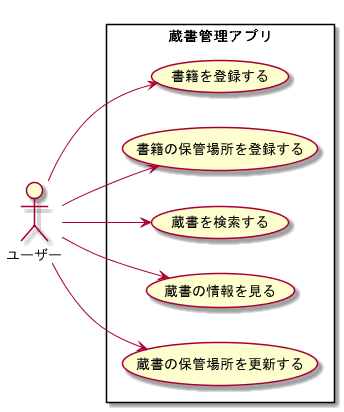
The PlantUML diagram design_materials/out/use_case/use_case.png in shibata-mamoru/book_collection_manager, before a commit. Source of this version:
```plantuml
@startuml

left to right direction
actor ユーザー as user
rectangle 蔵書管理アプリ{
(書籍を登録する) as UC1
(書籍の保管場所を登録する) as UC2
(蔵書を検索する) as UC3
(蔵書の情報を見る) as UC4
(蔵書の保管場所を更新する) as UC5
}

user --> UC1
user --> UC2
user --> UC3
user --> UC4
user --> UC5
@enduml
```
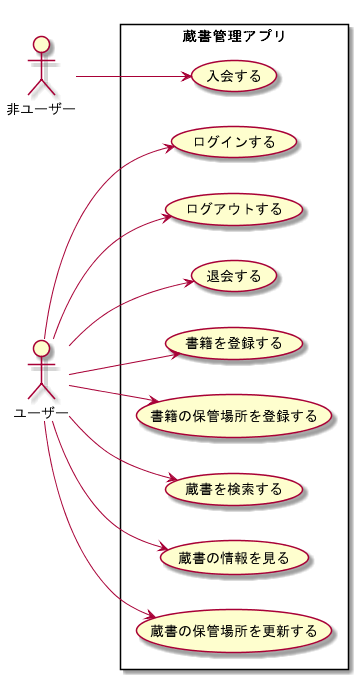
The same diagram one commit later.

Commit message:
ユースケース図の更新とユースケース記述の作成

The edit, as a diff of the source:
```diff
@@ -1,18 +1,27 @@
 @startuml
 
 left to right direction
+actor 非ユーザー as non_user
 actor ユーザー as user
 rectangle 蔵書管理アプリ{
-(書籍を登録する) as UC1
-(書籍の保管場所を登録する) as UC2
-(蔵書を検索する) as UC3
-(蔵書の情報を見る) as UC4
-(蔵書の保管場所を更新する) as UC5
+(入会する) as UC1
+(ログインする) as UC2
+(ログアウトする) as UC3
+(退会する) as UC4
+(書籍を登録する) as UC5
+(書籍の保管場所を登録する) as UC6
+(蔵書を検索する) as UC7
+(蔵書の情報を見る) as UC8
+(蔵書の保管場所を更新する) as UC9
 }
 
-user --> UC1
+non_user --> UC1
 user --> UC2
 user --> UC3
 user --> UC4
 user --> UC5
+user --> UC6
+user --> UC7
+user --> UC8
+user --> UC9
 @enduml
```
